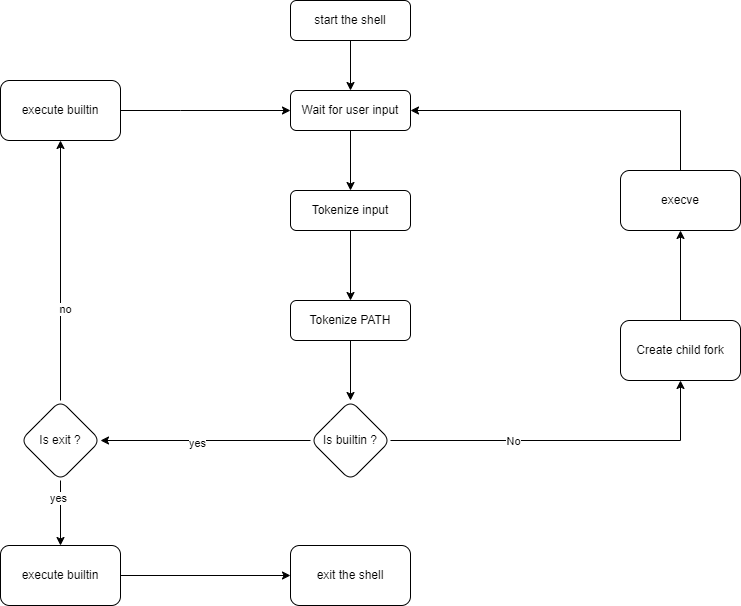
Maniok19/holbertonschool-simple_shell keeps this draw.io diagram as flowchartshell.drawio.png. Above is the earlier version. Source tidied: cells renumbered, new cells last; positions are measured from the earlier drawing's top-left corner, leaving out a move shared by most shapes.
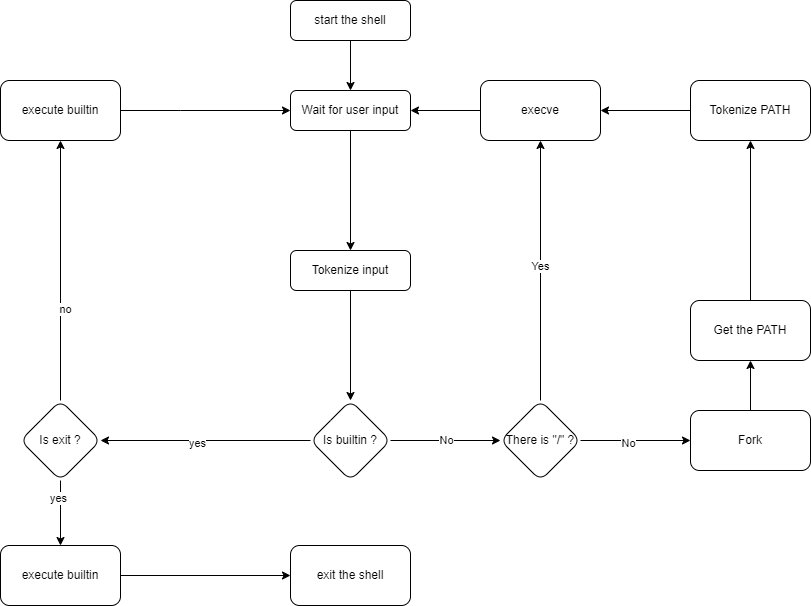
The same file after the commit.

What changed in the source:
```diff
@@ -14,30 +14,24 @@
     <mxCell id="5" value="Wait for user input" style="rounded=1;whiteSpace=wrap;html=1;fontSize=12;glass=0;strokeWidth=1;shadow=0;" parent="1" vertex="1">
       <mxGeometry x="290" y="90" width="120" height="40" as="geometry" />
     </mxCell>
-    <mxCell id="6" style="edgeStyle=orthogonalEdgeStyle;rounded=0;jettySize=auto;html=1;" parent="1" edge="1" source="7" target="9">
-      <mxGeometry relative="1" as="geometry" />
-    </mxCell>
+    <mxCell id="29" style="edgeStyle=orthogonalEdgeStyle;rounded=0;jettySize=auto;html=1;" parent="1" edge="1" source="7" target="14">
+      <mxGeometry relative="1" as="geometry" />
+    </mxCell>
     <mxCell id="7" value="Tokenize input" style="rounded=1;whiteSpace=wrap;html=1;fontSize=12;glass=0;strokeWidth=1;shadow=0;" parent="1" vertex="1">
-      <mxGeometry x="290" y="190" width="120" height="40" as="geometry" />
+      <mxGeometry x="290" y="250" width="120" height="40" as="geometry" />
     </mxCell>
-    <mxCell id="8" style="edgeStyle=orthogonalEdgeStyle;rounded=0;jettySize=auto;html=1;" parent="1" edge="1" source="9" target="14">
-      <mxGeometry relative="1" as="geometry" />
-    </mxCell>
-    <mxCell id="9" value="Tokenize PATH" style="rounded=1;whiteSpace=wrap;html=1;fontSize=12;glass=0;strokeWidth=1;shadow=0;" parent="1" vertex="1">
-      <mxGeometry x="290" y="300" width="120" height="40" as="geometry" />
-    </mxCell>
-    <mxCell id="10" style="edgeStyle=orthogonalEdgeStyle;rounded=0;jettySize=auto;html=1;" parent="1" edge="1" source="14" target="18">
-      <mxGeometry relative="1" as="geometry" />
-    </mxCell>
-    <mxCell id="11" value="No" style="edgeLabel;html=1;align=center;verticalAlign=middle;" parent="10" vertex="1">
-      <mxGeometry x="-0.3" relative="1" as="geometry" />
-    </mxCell>
     <mxCell id="12" style="edgeStyle=orthogonalEdgeStyle;rounded=0;jettySize=auto;html=1;" parent="1" edge="1" source="14" target="25">
       <mxGeometry relative="1" as="geometry" />
     </mxCell>
     <mxCell id="13" value="yes" style="edgeLabel;html=1;align=center;verticalAlign=middle;" parent="12" vertex="1">
       <mxGeometry x="0.09" y="2" relative="1" as="geometry" />
     </mxCell>
+    <mxCell id="30" style="edgeStyle=orthogonalEdgeStyle;rounded=0;jettySize=auto;html=1;" parent="1" edge="1" source="14" target="40">
+      <mxGeometry relative="1" as="geometry" />
+    </mxCell>
+    <mxCell id="31" value="No" style="edgeLabel;html=1;align=center;verticalAlign=middle;" parent="30" vertex="1">
+      <mxGeometry y="1" relative="1" as="geometry" />
+    </mxCell>
     <mxCell id="14" value="Is builtin ?" style="rhombus;whiteSpace=wrap;html=1;rounded=1;glass=0;strokeWidth=1;shadow=0;" parent="1" vertex="1">
       <mxGeometry x="310" y="400" width="80" height="80" as="geometry" />
     </mxCell>
@@ -51,21 +45,17 @@
     <mxCell id="16" value="execute builtin" style="rounded=1;whiteSpace=wrap;html=1;glass=0;strokeWidth=1;shadow=0;" parent="1" vertex="1">
       <mxGeometry y="80" width="120" height="60" as="geometry" />
     </mxCell>
-    <mxCell id="17" style="edgeStyle=orthogonalEdgeStyle;rounded=0;jettySize=auto;html=1;" parent="1" edge="1" source="18" target="20">
-      <mxGeometry relative="1" as="geometry" />
-    </mxCell>
+    <mxCell id="32" style="edgeStyle=orthogonalEdgeStyle;rounded=0;jettySize=auto;html=1;" parent="1" edge="1" source="18" target="34">
+      <mxGeometry relative="1" as="geometry" />
+    </mxCell>
-    <mxCell id="18" value="Create child fork" style="whiteSpace=wrap;html=1;rounded=1;glass=0;strokeWidth=1;shadow=0;" parent="1" vertex="1">
-      <mxGeometry x="620" y="320" width="120" height="60" as="geometry" />
+    <mxCell id="18" value="Fork" style="whiteSpace=wrap;html=1;rounded=1;glass=0;strokeWidth=1;shadow=0;" parent="1" vertex="1">
+      <mxGeometry x="690" y="410" width="120" height="60" as="geometry" />
     </mxCell>
-    <mxCell id="19" style="edgeStyle=orthogonalEdgeStyle;rounded=0;jettySize=auto;html=1;entryX=1;entryY=0.5;entryDx=0;entryDy=0;" parent="1" edge="1" source="20" target="5">
-      <mxGeometry relative="1" as="geometry">
-        <Array as="points">
-          <mxPoint x="680" y="110" />
-        </Array>
-      </mxGeometry>
+    <mxCell id="19" style="edgeStyle=orthogonalEdgeStyle;rounded=0;jettySize=auto;html=1;" parent="1" edge="1" source="20" target="5">
+      <mxGeometry relative="1" as="geometry" />
     </mxCell>
     <mxCell id="20" value="execve" style="whiteSpace=wrap;html=1;rounded=1;glass=0;strokeWidth=1;shadow=0;" parent="1" vertex="1">
-      <mxGeometry x="620" y="170" width="120" height="60" as="geometry" />
+      <mxGeometry x="480" y="80" width="120" height="60" as="geometry" />
     </mxCell>
     <mxCell id="21" style="edgeStyle=orthogonalEdgeStyle;rounded=0;jettySize=auto;html=1;" parent="1" edge="1" source="25" target="16">
       <mxGeometry relative="1" as="geometry" />
@@ -91,5 +81,32 @@
     <mxCell id="28" value="exit the shell" style="whiteSpace=wrap;html=1;rounded=1;glass=0;strokeWidth=1;shadow=0;" parent="1" vertex="1">
       <mxGeometry x="290" y="545" width="120" height="60" as="geometry" />
     </mxCell>
+    <mxCell id="33" style="edgeStyle=orthogonalEdgeStyle;rounded=0;jettySize=auto;html=1;" parent="1" edge="1" source="34" target="9">
+      <mxGeometry relative="1" as="geometry" />
+    </mxCell>
+    <mxCell id="34" value="Get the PATH" style="whiteSpace=wrap;html=1;rounded=1;glass=0;strokeWidth=1;shadow=0;" parent="1" vertex="1">
+      <mxGeometry x="690" y="300" width="120" height="60" as="geometry" />
+    </mxCell>
+    <mxCell id="35" style="edgeStyle=orthogonalEdgeStyle;rounded=0;jettySize=auto;html=1;" parent="1" edge="1" source="9" target="20">
+      <mxGeometry relative="1" as="geometry" />
+    </mxCell>
+    <mxCell id="9" value="Tokenize PATH" style="whiteSpace=wrap;html=1;rounded=1;glass=0;strokeWidth=1;shadow=0;" parent="1" vertex="1">
+      <mxGeometry x="690" y="80" width="120" height="60" as="geometry" />
+    </mxCell>
+    <mxCell id="36" style="edgeStyle=orthogonalEdgeStyle;rounded=0;jettySize=auto;html=1;" parent="1" edge="1" source="40" target="18">
+      <mxGeometry relative="1" as="geometry" />
+    </mxCell>
+    <mxCell id="37" value="No" style="edgeLabel;html=1;align=center;verticalAlign=middle;" parent="36" vertex="1">
+      <mxGeometry x="-0.15" y="-2" relative="1" as="geometry" />
+    </mxCell>
+    <mxCell id="38" style="edgeStyle=orthogonalEdgeStyle;rounded=0;jettySize=auto;html=1;" parent="1" edge="1" source="40" target="20">
+      <mxGeometry relative="1" as="geometry" />
+    </mxCell>
+    <mxCell id="39" value="Yes" style="edgeLabel;html=1;align=center;verticalAlign=middle;" parent="38" vertex="1">
+      <mxGeometry x="0.04" y="1" relative="1" as="geometry" />
+    </mxCell>
+    <mxCell id="40" value="There is &quot;/&quot; ?" style="rhombus;whiteSpace=wrap;html=1;rounded=1;glass=0;strokeWidth=1;shadow=0;" parent="1" vertex="1">
+      <mxGeometry x="500" y="400" width="80" height="80" as="geometry" />
+    </mxCell>
   </root>
 </mxGraphModel>
```
